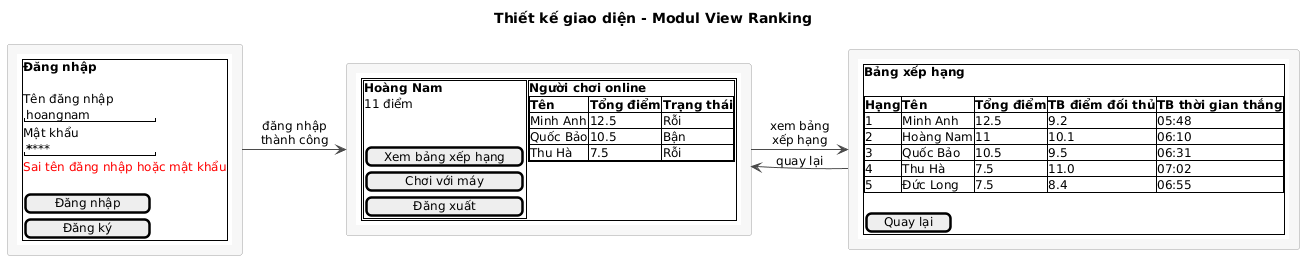
The PlantUML diagram docs/uml/pha3/ui-m1.png in VattenL/mobile-pikachu, before a commit.
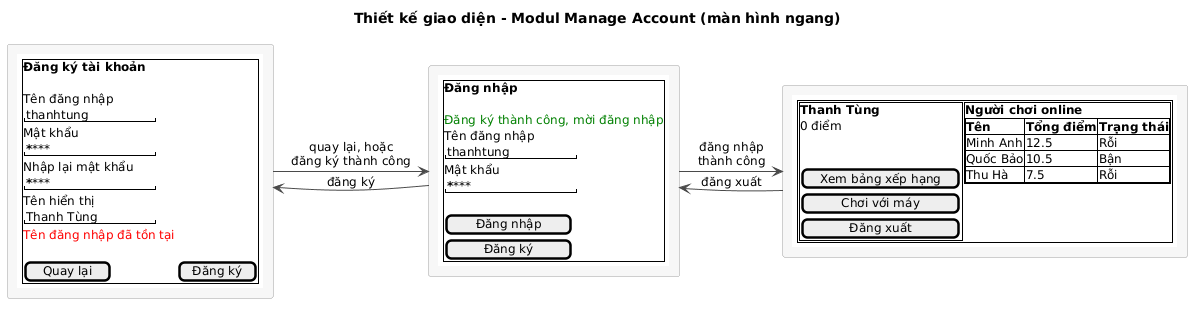
Above is the later version.

Change to the diagram source:
```diff
@@ -1,5 +1,5 @@
 @startuml
-title Thiết kế giao diện - Modul View Ranking
+title Thiết kế giao diện - Modul Manage Account (màn hình ngang)
 
 skinparam shadowing false
 skinparam defaultFontSize 12
@@ -9,16 +9,36 @@
   BorderColor #9E9E9E
 }
 
+rectangle Register [
+{{salt
+{+
+  <b>Đăng ký tài khoản
+  .
+  Tên đăng nhập
+  "thanhtung       "
+  Mật khẩu
+  "********        "
+  Nhập lại mật khẩu
+  "********        "
+  Tên hiển thị
+  "Thanh Tùng      "
+  <color:red>Tên đăng nhập đã tồn tại
+  .
+  [ Quay lại ] | [ Đăng ký ]
+}
+}}
+]
+
 rectangle Login [
 {{salt
 {+
   <b>Đăng nhập
   .
+  <color:green>Đăng ký thành công, mời đăng nhập
   Tên đăng nhập
-  "hoangnam        "
+  "thanhtung       "
   Mật khẩu
   "********        "
-  <color:red>Sai tên đăng nhập hoặc mật khẩu
   .
   [   Đăng nhập   ]
   [    Đăng ký    ]
@@ -30,8 +50,8 @@
 {{salt
 {+
   { {+
-      <b>Hoàng Nam
-      11 điểm
+      <b>Thanh Tùng
+      0 điểm
       .
       .
       [ Xem bảng xếp hạng ]
@@ -50,26 +70,8 @@
 }}
 ]
 
-rectangle Ranking [
-{{salt
-{+
-  <b>Bảng xếp hạng
-  .
-  {#
-    <b>Hạng | <b>Tên | <b>Tổng điểm | <b>TB điểm đối thủ | <b>TB thời gian thắng
-    1 | Minh Anh | 12.5 | 9.2 | 05:48
-    2 | Hoàng Nam | 11 | 10.1 | 06:10
-    3 | Quốc Bảo | 10.5 | 9.5 | 06:31
-    4 | Thu Hà | 7.5 | 11.0 | 07:02
-    5 | Đức Long | 7.5 | 8.4 | 06:55
-  }
-  .
-  [ Quay lại ]
-}
-}}
-]
-
+Login -left-> Register : đăng ký
+Register -right-> Login : quay lại, hoặc\nđăng ký thành công
 Login -right-> Main : đăng nhập\nthành công
-Main -right-> Ranking : xem bảng\nxếp hạng
-Ranking -left-> Main : quay lại
+Main -left-> Login : đăng xuất
 @enduml
```
